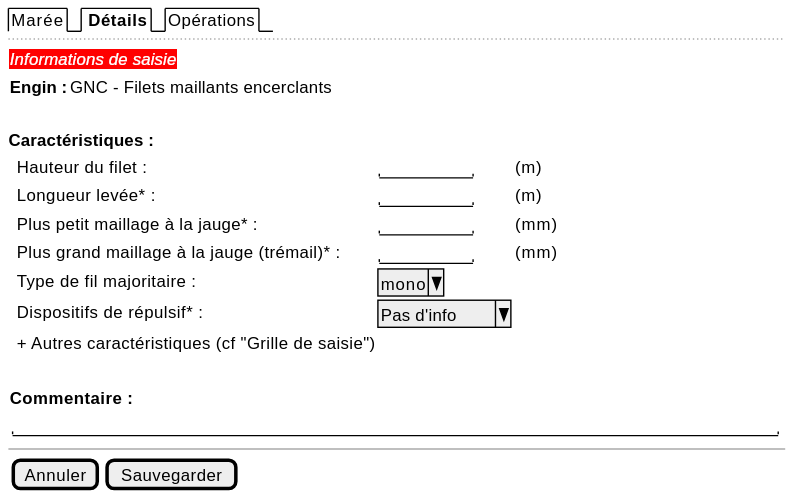
sumaris-net/sumaris-doc keeps this PlantUML diagram as projects/obsmer/spe/images/gear.svg. Above is the earlier version. Its source is kept beside it as projects/obsmer/spe/images/gear.puml.
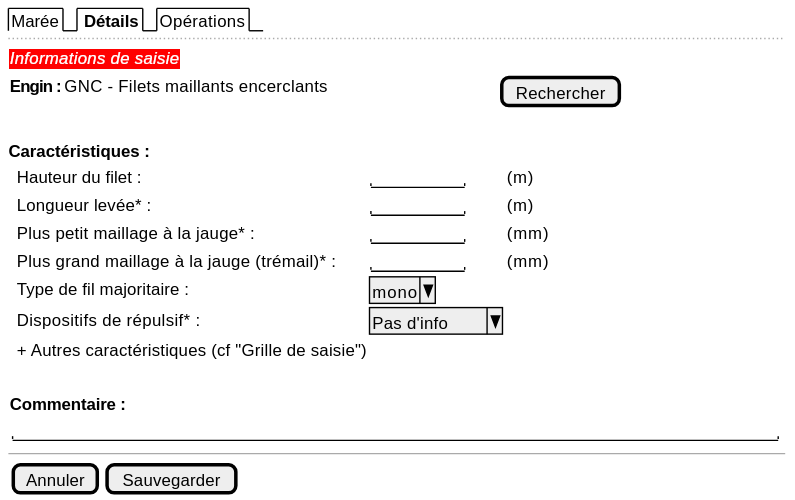
Later version of the same file.

What changed in the source:
```diff
@@ -9,7 +9,7 @@
      }
 
     {
-       <b>Engin : | GNC - Filets maillants encerclants
+       <b>Engin : | GNC - Filets maillants encerclants | . | . | . | . | . | . | . | . | . | . | . | . | . | . | . | . | . | . | . | . | . | . | . | . | [Rechercher]
     }
   .
     <b>Caractéristiques :
```
